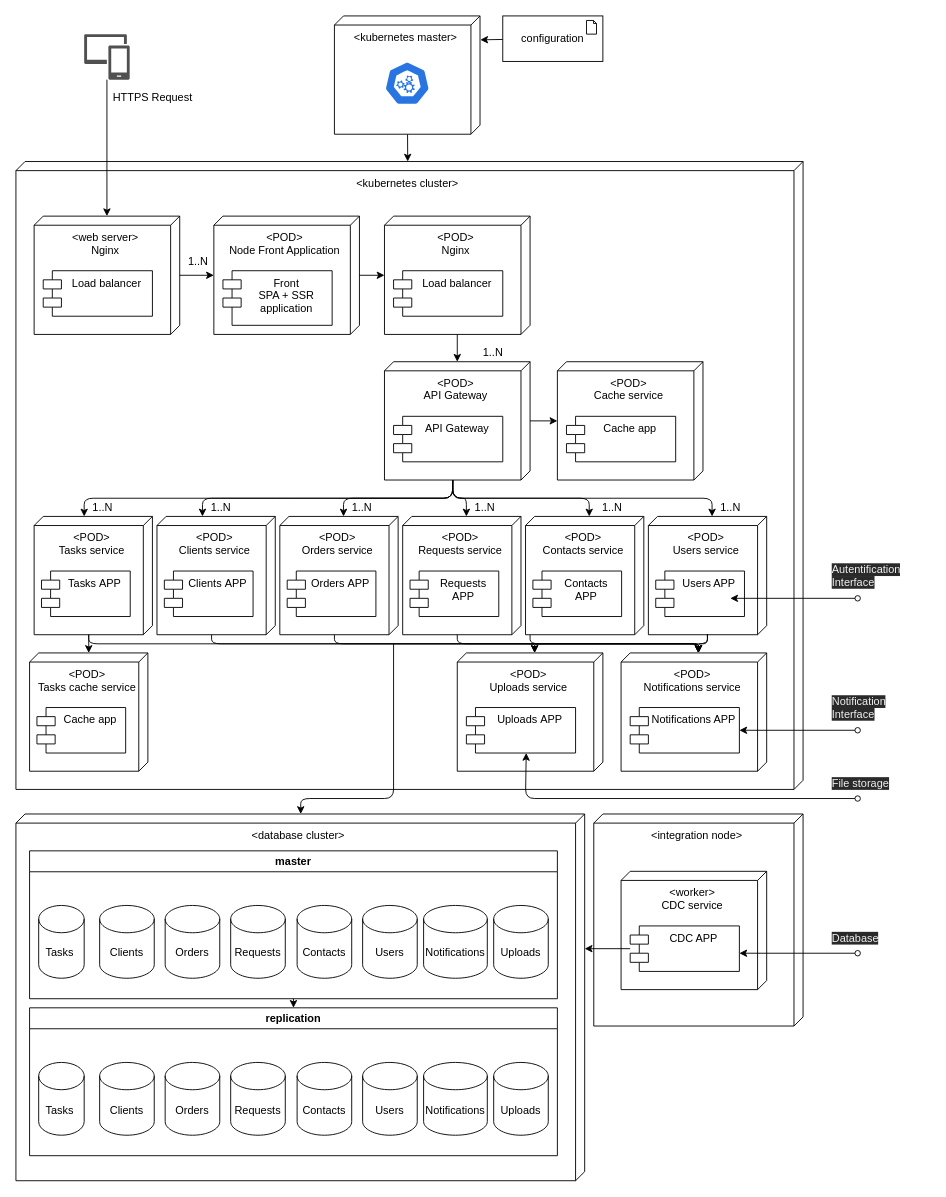
mrr000/gb-coursework keeps this draw.io diagram as docs/deployment.drawio. Above is the earlier version. Source tidied: cells renumbered, new cells numbered last; positions are measured from the earlier drawing's top-left corner, leaving out a move shared by most shapes. Both pictures are drawn from the tidied source at 91%, with x=0, y=0 at pixel (15, 15).
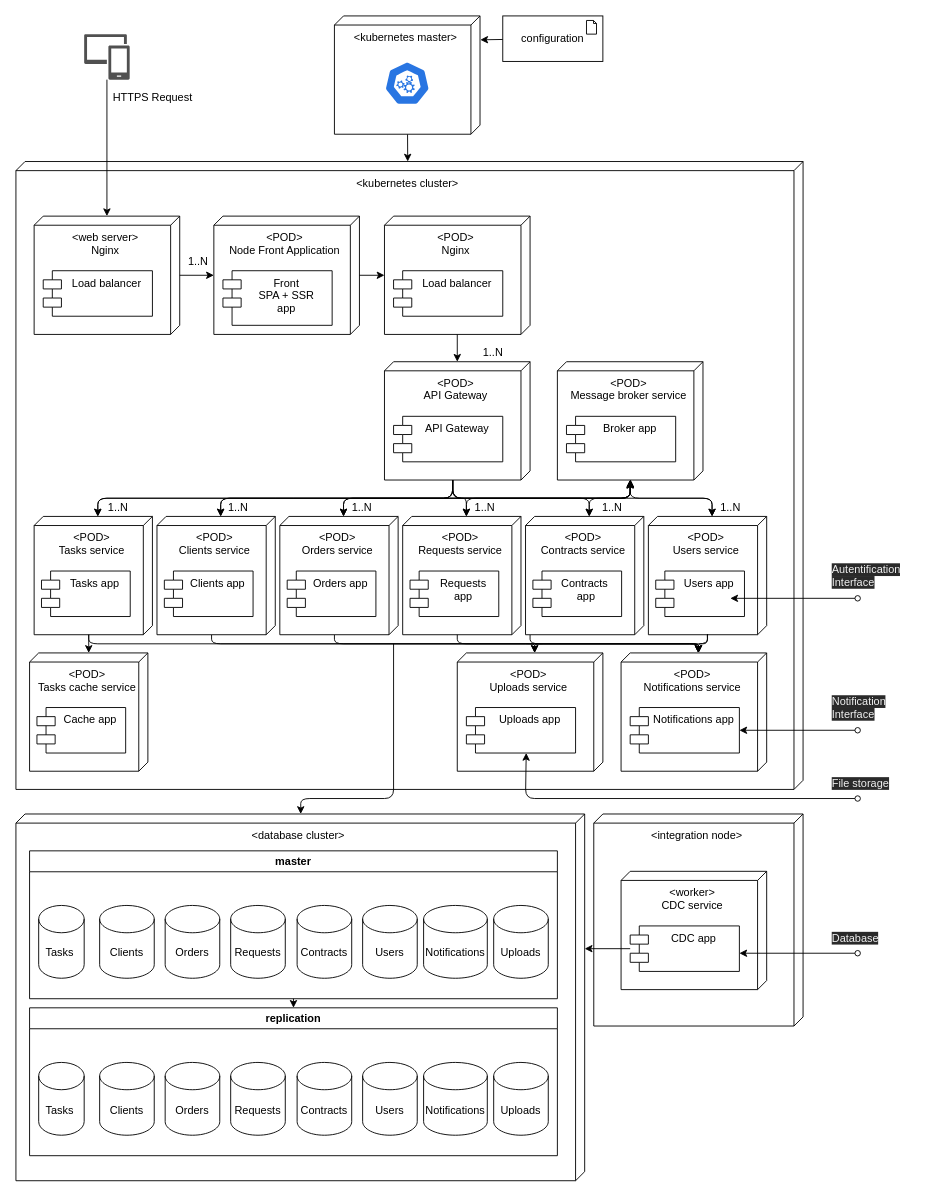
After the change.

Commit message:
remove gate cache, adds broker, rename APP to app, contacts to contracts

Unchanged cells that the change refers to:
```xml
<mxCell id="8" style="group;" parent="1" vertex="1">
  <mxGeometry x="217.5" y="220" width="160" height="130" as="geometry" />
</mxCell>
<mxCell id="17" value="&amp;lt;POD&amp;gt;&lt;br&gt;API Gateway" style="verticalAlign=top;align=center;shape=cube;size=10;direction=south;html=1;boundedLbl=1;spacingLeft=5;" parent="16" vertex="1">
  <mxGeometry width="160" height="130" as="geometry" />
</mxCell>
<mxCell id="24" style="group;" parent="1" vertex="1">
  <mxGeometry x="20" y="550" width="130" height="130" as="geometry" />
</mxCell>
<mxCell id="25" value="&amp;lt;POD&amp;gt;&lt;br&gt;Tasks service" style="verticalAlign=top;align=center;shape=cube;size=10;direction=south;html=1;boundedLbl=1;spacingLeft=5;" parent="24" vertex="1">
  <mxGeometry width="130" height="130" as="geometry" />
</mxCell>
<mxCell id="27" style="group;" parent="1" vertex="1">
  <mxGeometry x="595" y="380" width="160" height="130" as="geometry" />
</mxCell>
<mxCell id="33" style="group;" parent="1" vertex="1">
  <mxGeometry x="665" y="700" width="160" height="130" as="geometry" />
</mxCell>
<mxCell id="44" style="group;" parent="1" vertex="1">
  <mxGeometry x="665" y="940" width="160" height="130" as="geometry" />
</mxCell>
<mxCell id="62" value="master" style="swimlane;" parent="1" vertex="1">
  <mxGeometry x="15" y="917.5" width="580" height="162.5" as="geometry" />
</mxCell>
<mxCell id="80" style="group;" parent="1" vertex="1">
  <mxGeometry x="485" y="700" width="160" height="130" as="geometry" />
</mxCell>
<mxCell id="83" style="group;" parent="1" vertex="1">
  <mxGeometry x="695" y="550" width="130" height="130" as="geometry" />
</mxCell>
<mxCell id="84" value="&amp;lt;POD&amp;gt;&lt;br&gt;Users service" style="verticalAlign=top;align=center;shape=cube;size=10;direction=south;html=1;boundedLbl=1;spacingLeft=5;" parent="83" vertex="1">
  <mxGeometry width="130" height="130" as="geometry" />
</mxCell>
<mxCell id="91" style="group;" parent="1" vertex="1">
  <mxGeometry x="425" y="550" width="130" height="130" as="geometry" />
</mxCell>
<mxCell id="92" value="&amp;lt;POD&amp;gt;&lt;br&gt;Requests service" style="verticalAlign=top;align=center;shape=cube;size=10;direction=south;html=1;boundedLbl=1;spacingLeft=5;" parent="91" vertex="1">
  <mxGeometry width="130" height="130" as="geometry" />
</mxCell>
<mxCell id="94" style="group;" parent="1" vertex="1">
  <mxGeometry x="155" y="550" width="130" height="130" as="geometry" />
</mxCell>
<mxCell id="95" value="&amp;lt;POD&amp;gt;&lt;br&gt;Clients service" style="verticalAlign=top;align=center;shape=cube;size=10;direction=south;html=1;boundedLbl=1;spacingLeft=5;" parent="94" vertex="1">
  <mxGeometry width="130" height="130" as="geometry" />
</mxCell>
<mxCell id="97" style="group;" parent="1" vertex="1">
  <mxGeometry x="290" y="550" width="130" height="130" as="geometry" />
</mxCell>
<mxCell id="98" value="&amp;lt;POD&amp;gt;&lt;br&gt;Orders service" style="verticalAlign=top;align=center;shape=cube;size=10;direction=south;html=1;boundedLbl=1;spacingLeft=5;" parent="97" vertex="1">
  <mxGeometry width="130" height="130" as="geometry" />
</mxCell>
<mxCell id="100" style="group;" parent="1" vertex="1">
  <mxGeometry x="560" y="550" width="130" height="130" as="geometry" />
</mxCell>
```

What changed in the source:
```diff
@@
-    <mxCell id="10" value="Front &#10;SPA + SSR &#10;application" style="shape=module;align=left;spacingLeft=20;align=center;verticalAlign=top;" parent="8" vertex="1">
+    <mxCell id="10" value="Front &#10;SPA + SSR &#10;app" style="shape=module;align=left;spacingLeft=20;align=center;verticalAlign=top;" parent="8" vertex="1">
       <mxGeometry x="10" y="60" width="120" height="60" as="geometry" />
     </mxCell>
@@
-    <mxCell id="26" value="Tasks APP" style="shape=module;align=left;spacingLeft=20;align=center;verticalAlign=top;" parent="24" vertex="1">
+    <mxCell id="26" value="Tasks app" style="shape=module;align=left;spacingLeft=20;align=center;verticalAlign=top;" parent="24" vertex="1">
       <mxGeometry x="8.1" y="60" width="97.5" height="50" as="geometry" />
     </mxCell>
@@
-    <mxCell id="28" value="&amp;lt;POD&amp;gt;&lt;br&gt;Cache service" style="verticalAlign=top;align=center;shape=cube;size=10;direction=south;html=1;boundedLbl=1;spacingLeft=5;" parent="27" vertex="1">
+    <mxCell id="28" value="&amp;lt;POD&amp;gt;&lt;br&gt;Message broker service" style="verticalAlign=top;align=center;shape=cube;size=10;direction=south;html=1;boundedLbl=1;spacingLeft=5;" parent="27" vertex="1">
       <mxGeometry width="160" height="130" as="geometry" />
     </mxCell>
-    <mxCell id="29" value="Cache app" style="shape=module;align=left;spacingLeft=20;align=center;verticalAlign=top;" parent="27" vertex="1">
+    <mxCell id="29" value="Broker app" style="shape=module;align=left;spacingLeft=20;align=center;verticalAlign=top;" parent="27" vertex="1">
       <mxGeometry x="10" y="60" width="120" height="50" as="geometry" />
     </mxCell>
@@
-    <mxCell id="35" value="Notifications APP" style="shape=module;align=left;spacingLeft=20;align=center;verticalAlign=top;" parent="33" vertex="1">
+    <mxCell id="35" value="Notifications app" style="shape=module;align=left;spacingLeft=20;align=center;verticalAlign=top;" parent="33" vertex="1">
       <mxGeometry x="10" y="60" width="120" height="50" as="geometry" />
     </mxCell>
@@
-    <mxCell id="38" style="edgeStyle=none;html=1;entryX=0;entryY=0;entryDx=0;entryDy=75;entryPerimeter=0;exitX=0;exitY=0;exitDx=130;exitDy=85;exitPerimeter=0;" parent="1" edge="1" source="17" target="25">
+    <mxCell id="38" style="edgeStyle=none;html=1;entryX=0;entryY=0;entryDx=0;entryDy=60;entryPerimeter=0;exitX=0;exitY=0;exitDx=130;exitDy=85;exitPerimeter=0;" parent="1" edge="1" source="17" target="25">
       <mxGeometry relative="1" as="geometry">
         <Array as="points">
           <mxPoint x="480" y="530" />
           <mxPoint x="295" y="530" />
-          <mxPoint x="75" y="530" />
+          <mxPoint x="90" y="530" />
         </Array>
       </mxGeometry>
     </mxCell>
-    <mxCell id="39" style="edgeStyle=none;html=1;exitX=0;exitY=0;exitDx=130;exitDy=85;exitPerimeter=0;entryX=0;entryY=0;entryDx=0;entryDy=75;entryPerimeter=0;" parent="1" edge="1" source="17">
+    <mxCell id="39" style="edgeStyle=none;html=1;exitX=0;exitY=0;exitDx=130;exitDy=85;exitPerimeter=0;entryX=0;entryY=0;entryDx=0;entryDy=60;entryPerimeter=0;" parent="1" edge="1" source="17" target="95">
       <mxGeometry relative="1" as="geometry">
-        <mxPoint x="205" y="550" as="targetPoint" />
         <Array as="points">
           <mxPoint x="480" y="530" />
-          <mxPoint x="205" y="530" />
+          <mxPoint x="225" y="530" />
         </Array>
       </mxGeometry>
     </mxCell>
@@
-    <mxCell id="46" value="CDC APP" style="shape=module;align=left;spacingLeft=20;align=center;verticalAlign=top;" parent="44" vertex="1">
+    <mxCell id="46" value="CDC app" style="shape=module;align=left;spacingLeft=20;align=center;verticalAlign=top;" parent="44" vertex="1">
       <mxGeometry x="10" y="60" width="120" height="50" as="geometry" />
     </mxCell>
@@
-    <mxCell id="56" style="edgeStyle=none;html=1;startArrow=none;startFill=0;endArrow=classic;endFill=1;" parent="1" edge="1" source="17">
-      <mxGeometry relative="1" as="geometry">
-        <mxPoint x="595" y="445" as="targetPoint" />
-      </mxGeometry>
-    </mxCell>
@@
-    <mxCell id="65" value="Contacts" style="shape=cylinder3;whiteSpace=wrap;html=1;boundedLbl=1;backgroundOutline=1;size=15;" parent="62" vertex="1">
+    <mxCell id="65" value="&lt;span&gt;Contracts&lt;/span&gt;" style="shape=cylinder3;whiteSpace=wrap;html=1;boundedLbl=1;backgroundOutline=1;size=15;" parent="62" vertex="1">
       <mxGeometry x="294" y="60" width="60" height="80" as="geometry" />
     </mxCell>
@@
     <mxCell id="75" value="1..N" style="text;html=1;align=center;verticalAlign=middle;strokeColor=none;fillColor=none;" parent="1" vertex="1">
-      <mxGeometry x="75" y="530" width="40" height="20" as="geometry" />
+      <mxGeometry x="92" y="530" width="40" height="20" as="geometry" />
     </mxCell>
     <mxCell id="76" value="1..N" style="text;html=1;align=center;verticalAlign=middle;strokeColor=none;fillColor=none;" parent="1" vertex="1">
-      <mxGeometry x="205" y="530" width="40" height="20" as="geometry" />
+      <mxGeometry x="224" y="530" width="40" height="20" as="geometry" />
     </mxCell>
@@
-    <mxCell id="82" value="Uploads APP" style="shape=module;align=left;spacingLeft=20;align=center;verticalAlign=top;" parent="80" vertex="1">
+    <mxCell id="82" value="Uploads app" style="shape=module;align=left;spacingLeft=20;align=center;verticalAlign=top;" parent="80" vertex="1">
       <mxGeometry x="10" y="60" width="120" height="50" as="geometry" />
     </mxCell>
@@
-    <mxCell id="85" value="Users APP" style="shape=module;align=left;spacingLeft=20;align=center;verticalAlign=top;" parent="83" vertex="1">
+    <mxCell id="85" value="Users app" style="shape=module;align=left;spacingLeft=20;align=center;verticalAlign=top;" parent="83" vertex="1">
       <mxGeometry x="8.1" y="60" width="97.5" height="50" as="geometry" />
     </mxCell>
@@
-    <mxCell id="93" value="Requests&#10;APP" style="shape=module;align=left;spacingLeft=20;align=center;verticalAlign=top;" parent="91" vertex="1">
+    <mxCell id="93" value="Requests&#10;app" style="shape=module;align=left;spacingLeft=20;align=center;verticalAlign=top;" parent="91" vertex="1">
       <mxGeometry x="8.1" y="60" width="97.5" height="50" as="geometry" />
     </mxCell>
@@
-    <mxCell id="96" value="Clients APP" style="shape=module;align=left;spacingLeft=20;align=center;verticalAlign=top;" parent="94" vertex="1">
+    <mxCell id="96" value="Clients app" style="shape=module;align=left;spacingLeft=20;align=center;verticalAlign=top;" parent="94" vertex="1">
       <mxGeometry x="8.1" y="60" width="97.5" height="50" as="geometry" />
     </mxCell>
@@
-    <mxCell id="99" value="Orders APP" style="shape=module;align=left;spacingLeft=20;align=center;verticalAlign=top;" parent="97" vertex="1">
+    <mxCell id="99" value="Orders app" style="shape=module;align=left;spacingLeft=20;align=center;verticalAlign=top;" parent="97" vertex="1">
       <mxGeometry x="8.1" y="60" width="97.5" height="50" as="geometry" />
     </mxCell>
@@
-    <mxCell id="101" value="&amp;lt;POD&amp;gt;&lt;br&gt;Contacts service" style="verticalAlign=top;align=center;shape=cube;size=10;direction=south;html=1;boundedLbl=1;spacingLeft=5;" parent="100" vertex="1">
+    <mxCell id="101" value="&amp;lt;POD&amp;gt;&lt;br&gt;Contracts service" style="verticalAlign=top;align=center;shape=cube;size=10;direction=south;html=1;boundedLbl=1;spacingLeft=5;" parent="100" vertex="1">
       <mxGeometry width="130" height="130" as="geometry" />
     </mxCell>
-    <mxCell id="102" value="Contacts&#10;APP" style="shape=module;align=left;spacingLeft=20;align=center;verticalAlign=top;" parent="100" vertex="1">
+    <mxCell id="102" value="Contracts &#10;app" style="shape=module;align=left;spacingLeft=20;align=center;verticalAlign=top;" parent="100" vertex="1">
       <mxGeometry x="8.1" y="60" width="97.5" height="50" as="geometry" />
     </mxCell>
@@
-    <mxCell id="109" value="Contacts" style="shape=cylinder3;whiteSpace=wrap;html=1;boundedLbl=1;backgroundOutline=1;size=15;" parent="1" vertex="1">
+    <mxCell id="109" value="Contracts" style="shape=cylinder3;whiteSpace=wrap;html=1;boundedLbl=1;backgroundOutline=1;size=15;" parent="1" vertex="1">
       <mxGeometry x="309" y="1150" width="60" height="80" as="geometry" />
     </mxCell>
@@
+    <mxCell id="115" style="edgeStyle=none;html=1;entryX=0;entryY=0;entryDx=0;entryDy=60;entryPerimeter=0;startArrow=classic;startFill=1;" parent="1" edge="1" source="28" target="84">
+      <mxGeometry relative="1" as="geometry">
+        <Array as="points">
+          <mxPoint x="675" y="530" />
+          <mxPoint x="765" y="530" />
+        </Array>
+      </mxGeometry>
+    </mxCell>
+    <mxCell id="116" style="edgeStyle=none;html=1;exitX=0.993;exitY=0.498;exitDx=0;exitDy=0;exitPerimeter=0;entryX=0;entryY=0;entryDx=0;entryDy=60;entryPerimeter=0;startArrow=classic;startFill=1;" parent="1" edge="1" source="28" target="101">
+      <mxGeometry relative="1" as="geometry">
+        <Array as="points">
+          <mxPoint x="675" y="530" />
+          <mxPoint x="630" y="530" />
+        </Array>
+      </mxGeometry>
+    </mxCell>
+    <mxCell id="117" style="edgeStyle=none;html=1;startArrow=classic;startFill=1;entryX=0;entryY=0;entryDx=0;entryDy=60;entryPerimeter=0;exitX=1;exitY=0.5;exitDx=0;exitDy=0;exitPerimeter=0;" parent="1" edge="1" source="28" target="92">
+      <mxGeometry relative="1" as="geometry">
+        <Array as="points">
+          <mxPoint x="675" y="530" />
+          <mxPoint x="495" y="530" />
+        </Array>
+      </mxGeometry>
+    </mxCell>
+    <mxCell id="118" style="edgeStyle=none;html=1;exitX=1.008;exitY=0.501;exitDx=0;exitDy=0;exitPerimeter=0;entryX=0;entryY=0;entryDx=0;entryDy=60;entryPerimeter=0;startArrow=classic;startFill=1;" parent="1" edge="1" source="28" target="98">
+      <mxGeometry relative="1" as="geometry">
+        <Array as="points">
+          <mxPoint x="675" y="530" />
+          <mxPoint x="360" y="530" />
+        </Array>
+      </mxGeometry>
+    </mxCell>
+    <mxCell id="119" style="edgeStyle=none;html=1;entryX=0;entryY=0;entryDx=0;entryDy=60;entryPerimeter=0;startArrow=classic;startFill=1;" parent="1" edge="1" target="95">
+      <mxGeometry relative="1" as="geometry">
+        <mxPoint x="675" y="510" as="sourcePoint" />
+        <Array as="points">
+          <mxPoint x="675" y="530" />
+          <mxPoint x="225" y="530" />
+        </Array>
+      </mxGeometry>
+    </mxCell>
+    <mxCell id="120" style="edgeStyle=none;html=1;startArrow=classic;startFill=1;entryX=0;entryY=0;entryDx=0;entryDy=60;entryPerimeter=0;" parent="1" edge="1" target="25">
+      <mxGeometry relative="1" as="geometry">
+        <mxPoint x="675" y="510" as="sourcePoint" />
+        <Array as="points">
+          <mxPoint x="675" y="530" />
+          <mxPoint x="90" y="530" />
+        </Array>
+      </mxGeometry>
+    </mxCell>
```
